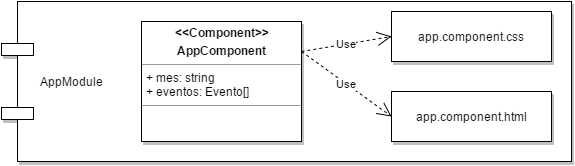
The draw.io diagram angular/estrutura-projeto-1.png in fswceulp/livro-desenvolvimento-software-web, before a commit. Source tidied: cells renumbered, new cells last; positions are measured from the earlier drawing's top-left corner, leaving out a move shared by most shapes.
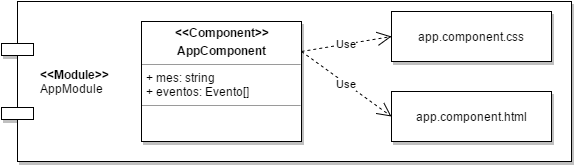
After the commit.

Commit message:
Creates angular/estrutura-projeto-1.png

Auto commit by GitBook Editor

What changed in the source:
```diff
@@ -2,7 +2,7 @@
   <root>
     <mxCell id="0" />
     <mxCell id="1" parent="0" />
-    <mxCell id="2" value="AppModule" style="shape=component;align=left;spacingLeft=36;rounded=0;shadow=1;glass=0;comic=0;labelBackgroundColor=none;strokeWidth=1;gradientColor=none;html=1;" parent="1" vertex="1">
+    <mxCell id="2" value="&lt;div&gt;&lt;b&gt;&amp;lt;&amp;lt;Module&amp;gt;&amp;gt;&lt;/b&gt;&lt;/div&gt;AppModule" style="shape=component;align=left;spacingLeft=36;rounded=0;shadow=1;glass=0;comic=0;labelBackgroundColor=none;strokeWidth=1;gradientColor=none;html=1;" parent="1" vertex="1">
       <mxGeometry width="570" height="160" as="geometry" />
     </mxCell>
     <mxCell id="3" value="&lt;p style=&quot;margin: 0px ; margin-top: 4px ; text-align: center&quot;&gt;&lt;b&gt;&amp;lt;&amp;lt;Component&amp;gt;&amp;gt;&lt;/b&gt;&lt;/p&gt;&lt;p style=&quot;margin: 0px ; margin-top: 4px ; text-align: center&quot;&gt;&lt;b&gt;AppComponent&lt;/b&gt;&lt;/p&gt;&lt;hr size=&quot;1&quot;&gt;&lt;p style=&quot;margin: 0px ; margin-left: 4px&quot;&gt;+ mes: string&lt;/p&gt;&lt;p style=&quot;margin: 0px ; margin-left: 4px&quot;&gt;+ eventos: Evento[]&lt;/p&gt;&lt;hr size=&quot;1&quot;&gt;&lt;p style=&quot;margin: 0px ; margin-left: 4px&quot;&gt;&lt;br&gt;&lt;/p&gt;" style="verticalAlign=top;align=left;overflow=fill;fontSize=12;fontFamily=Helvetica;html=1;rounded=0;shadow=1;glass=0;comic=0;labelBackgroundColor=none;strokeWidth=1;gradientColor=none;" parent="1" vertex="1">
```
